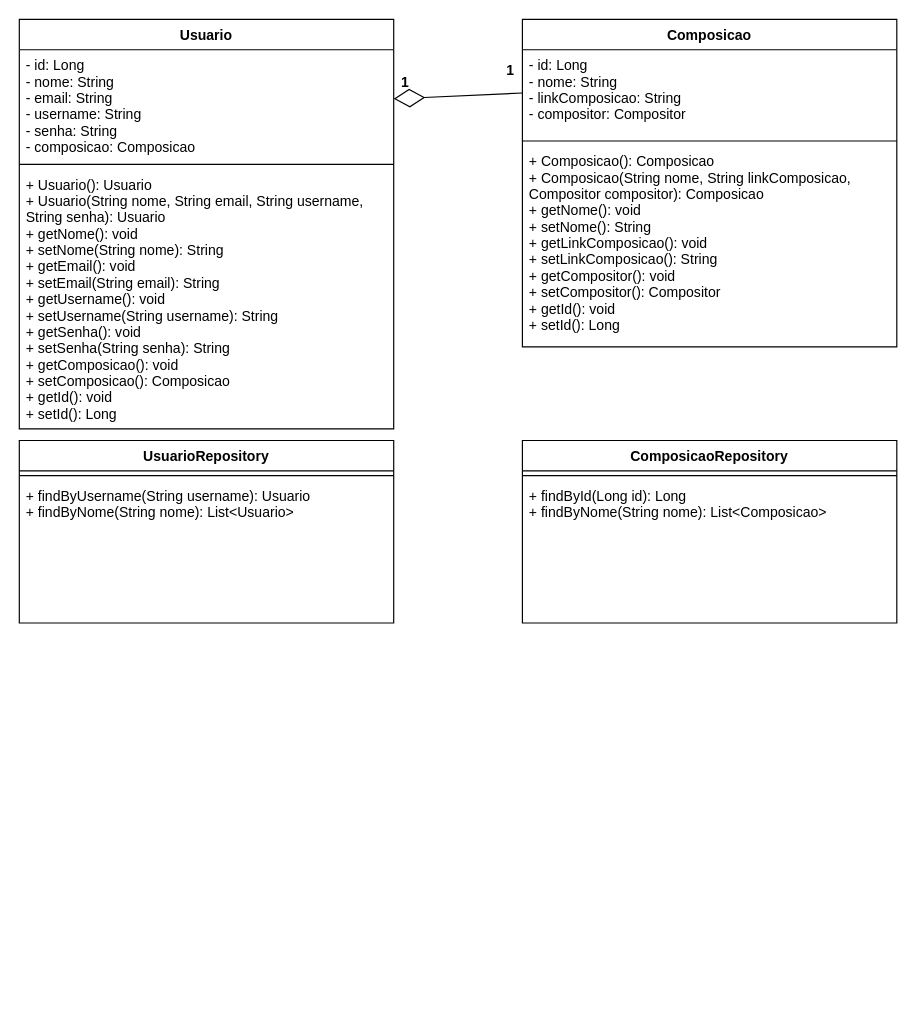
The draw.io diagram class-diagram.drawio in kaiohenricunha/UML, before the edit. Source tidied: cells renumbered, new cells numbered last; positions are measured from the earlier drawing's top-left corner, leaving out a move shared by most shapes. Both pictures are drawn from the tidied source at 117%, with x=0, y=0 at pixel (19, 19).
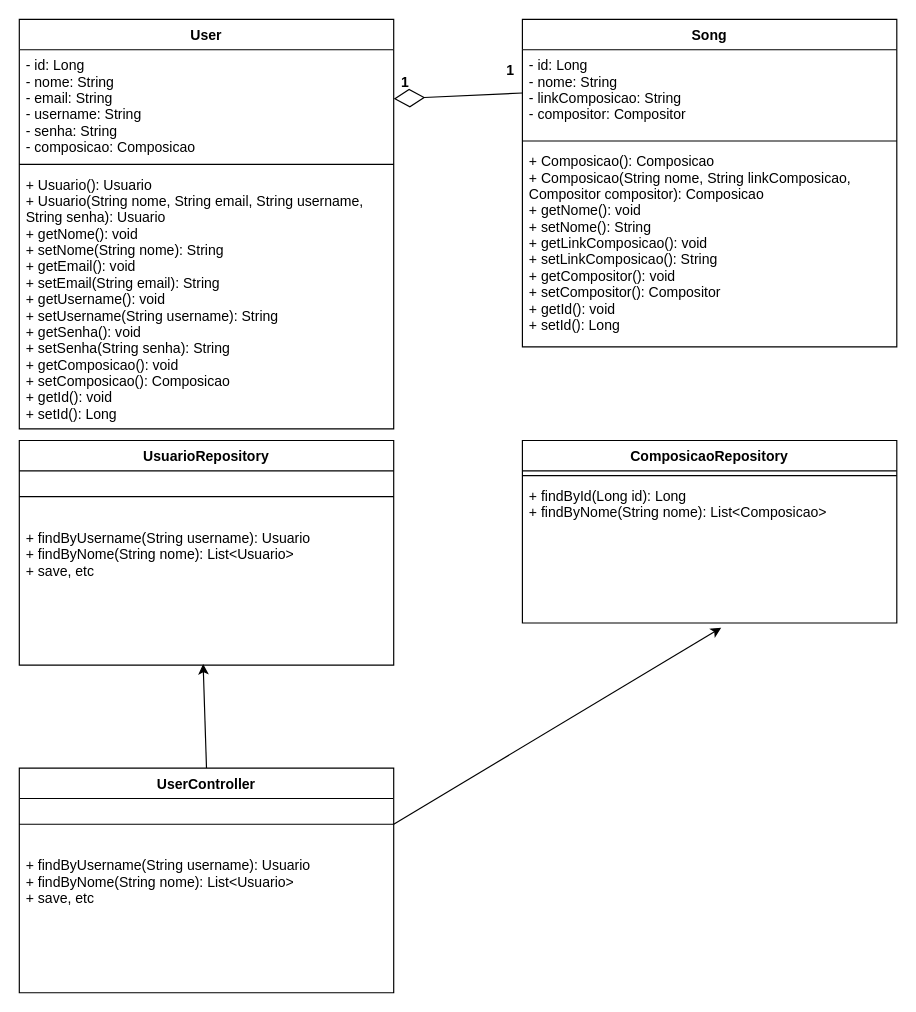
After the change.

The change refers to these unchanged cells:
```xml
<mxCell id="18" value="+ findById(Long id): Long&#10;+ findByNome(String nome): List&lt;Composicao&gt;" style="text;strokeColor=none;fillColor=none;align=left;verticalAlign=top;spacingLeft=4;spacingRight=4;overflow=hidden;points=[[0,0.5],[1,0.5]];portConstraint=eastwest;" parent="16" vertex="1">
  <mxGeometry y="34" width="320" height="122" as="geometry" />
</mxCell>
```

Diff of the diagram source:
```diff
@@
-    <mxCell id="2" value="Usuario" style="swimlane;fontStyle=1;align=center;verticalAlign=top;horizontal=1;startSize=26;" parent="1" vertex="1">
+    <mxCell id="2" value="User" style="swimlane;fontStyle=1;align=center;verticalAlign=top;horizontal=1;startSize=26;" parent="1" vertex="1">
       <mxGeometry width="320" height="350" as="geometry" />
     </mxCell>
@@
-    <mxCell id="6" value="Composicao" style="swimlane;fontStyle=1;align=center;verticalAlign=top;horizontal=1;startSize=26;" parent="1" vertex="1">
+    <mxCell id="6" value="Song" style="swimlane;fontStyle=1;align=center;verticalAlign=top;horizontal=1;startSize=26;" parent="1" vertex="1">
       <mxGeometry x="430" width="320" height="280" as="geometry" />
     </mxCell>
@@
     <mxCell id="13" value="UsuarioRepository" style="swimlane;fontStyle=1;align=center;verticalAlign=top;horizontal=1;startSize=26;" parent="1" vertex="1">
-      <mxGeometry y="360" width="320" height="156" as="geometry" />
+      <mxGeometry y="360" width="320" height="192" as="geometry" />
     </mxCell>
     <mxCell id="14" style="line;strokeWidth=1;fillColor=none;align=left;verticalAlign=middle;spacingTop=-1;spacingLeft=3;spacingRight=3;labelPosition=right;" parent="13" vertex="1">
-      <mxGeometry y="26" width="320" height="8" as="geometry" />
+      <mxGeometry y="26" width="320" height="44" as="geometry" />
     </mxCell>
-    <mxCell id="15" value="+ findByUsername(String username): Usuario&#10;+ findByNome(String nome): List&lt;Usuario&gt;" style="text;strokeColor=none;fillColor=none;align=left;verticalAlign=top;spacingLeft=4;spacingRight=4;overflow=hidden;points=[[0,0.5],[1,0.5]];portConstraint=eastwest;" parent="13" vertex="1">
-      <mxGeometry y="34" width="320" height="122" as="geometry" />
+    <mxCell id="15" value="+ findByUsername(String username): Usuario&#10;+ findByNome(String nome): List&lt;Usuario&gt;&#10;+ save, etc" style="text;strokeColor=none;fillColor=none;align=left;verticalAlign=top;spacingLeft=4;spacingRight=4;overflow=hidden;points=[[0,0.5],[1,0.5]];portConstraint=eastwest;" parent="13" vertex="1">
+      <mxGeometry y="70" width="320" height="122" as="geometry" />
     </mxCell>
@@
+    <mxCell id="19" value="UserController" style="swimlane;fontStyle=1;align=center;verticalAlign=top;horizontal=1;startSize=26;" parent="1" vertex="1">
+      <mxGeometry y="640" width="320" height="192" as="geometry" />
+    </mxCell>
+    <mxCell id="20" style="line;strokeWidth=1;fillColor=none;align=left;verticalAlign=middle;spacingTop=-1;spacingLeft=3;spacingRight=3;labelPosition=right;" parent="19" vertex="1">
+      <mxGeometry y="26" width="320" height="44" as="geometry" />
+    </mxCell>
+    <mxCell id="21" value="+ findByUsername(String username): Usuario&#10;+ findByNome(String nome): List&lt;Usuario&gt;&#10;+ save, etc" style="text;strokeColor=none;fillColor=none;align=left;verticalAlign=top;spacingLeft=4;spacingRight=4;overflow=hidden;" parent="19" vertex="1">
+      <mxGeometry y="70" width="320" height="122" as="geometry" />
+    </mxCell>
+    <mxCell id="22" style="endArrow=classic;html=1;entryX=0.491;entryY=0.992;entryDx=0;entryDy=0;entryPerimeter=0;exitX=0.5;exitY=0;exitDx=0;exitDy=0;" parent="1" edge="1" source="19" target="15">
+      <mxGeometry relative="1" as="geometry" />
+    </mxCell>
+    <mxCell id="23" style="endArrow=classic;html=1;entryX=0.531;entryY=1.033;entryDx=0;entryDy=0;entryPerimeter=0;exitX=1;exitY=0.25;exitDx=0;exitDy=0;" parent="1" edge="1" source="19" target="18">
+      <mxGeometry relative="1" as="geometry" />
+    </mxCell>
```
